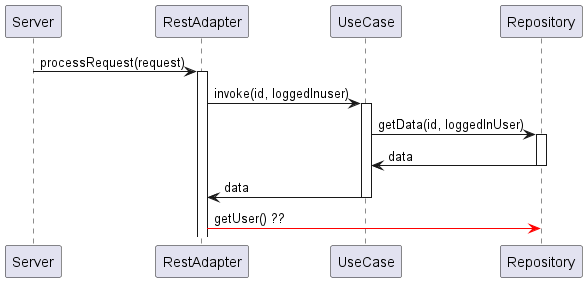
The PlantUML diagram src/main/java/ch/erni/javafeatures/scoped/values/ScopedValueSampleSequence.png in ERNICommunity/java-features, before a commit. Source of this version:
```plantuml
@startuml

Server -> RestAdapter: processRequest(request)
activate RestAdapter
RestAdapter -> UseCase: invoke(id, loggedInuser)
activate UseCase
UseCase -> Repository: getData(id, loggedInUser)
activate Repository
Repository -> UseCase: data
deactivate Repository
UseCase -> RestAdapter: data
deactivate UseCase

RestAdapter -[#red]> Repository: getUser() ??
@enduml
```
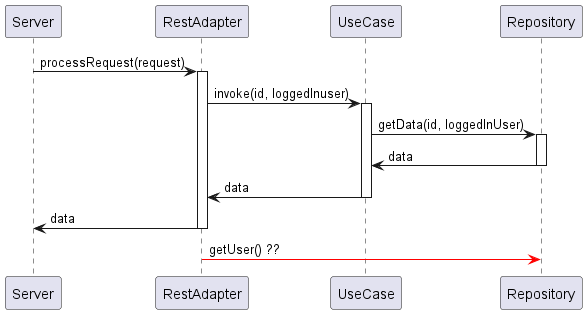
Above is the later version.

What changed in the source:
```diff
@@ -10,6 +10,8 @@
 deactivate Repository
 UseCase -> RestAdapter: data
 deactivate UseCase
+RestAdapter -> Server: data
+deactivate RestAdapter
 
 RestAdapter -[#red]> Repository: getUser() ??
 @enduml
```
